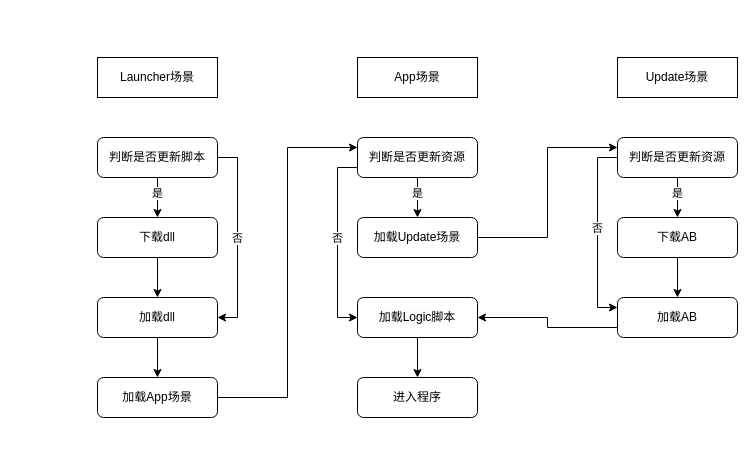
Josh-Jun/UnityAppFramework keeps this draw.io diagram as page "第 2 页" (2 of 2) of 框架设计流程图.drawio. Above is the earlier version. Source tidied: cells renumbered, new cells numbered last; positions are measured from the earlier drawing's top-left corner, leaving out a move shared by most shapes. Both pictures are drawn from the tidied source at 100%, with x=0, y=0 at pixel (97, 57).
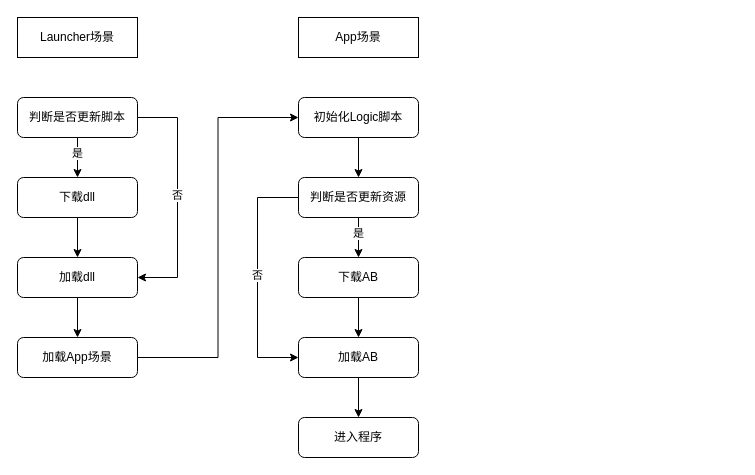
Above is the later version.

Commit message:
更新框架设计流程图.drawio

Change to the diagram source:
```diff
@@
     <mxCell id="2" value="Launcher场景" style="rounded=0;whiteSpace=wrap;html=1;" parent="1" vertex="1">
-      <mxGeometry width="120" height="40" as="geometry" />
+      <mxGeometry x="-80" y="-40" width="120" height="40" as="geometry" />
     </mxCell>
     <mxCell id="3" value="App场景" style="rounded=0;whiteSpace=wrap;html=1;" parent="1" vertex="1">
-      <mxGeometry x="260" width="120" height="40" as="geometry" />
+      <mxGeometry x="201" y="-40" width="120" height="40" as="geometry" />
     </mxCell>
-    <mxCell id="4" value="Update场景" style="rounded=0;whiteSpace=wrap;html=1;" parent="1" vertex="1">
-      <mxGeometry x="520" width="120" height="40" as="geometry" />
-    </mxCell>
     <mxCell id="5" style="edgeStyle=orthogonalEdgeStyle;rounded=0;jettySize=auto;html=1;entryX=1;entryY=0.5;entryDx=0;entryDy=0;exitX=1;exitY=0.5;exitDx=0;exitDy=0;" parent="1" edge="1" source="9" target="13">
-      <mxGeometry relative="1" as="geometry" />
+      <mxGeometry relative="1" as="geometry">
+        <Array as="points">
+          <mxPoint x="80" y="60" />
+          <mxPoint x="80" y="220" />
+        </Array>
+      </mxGeometry>
     </mxCell>
@@
     <mxCell id="9" value="&lt;div style=&quot;&quot;&gt;判断是否更新脚本&lt;/div&gt;" style="rounded=1;whiteSpace=wrap;html=1;align=center;" parent="1" vertex="1">
-      <mxGeometry y="80" width="120" height="40" as="geometry" />
+      <mxGeometry x="-80" y="40" width="120" height="40" as="geometry" />
     </mxCell>
@@
     <mxCell id="11" value="&lt;div style=&quot;&quot;&gt;下载dll&lt;/div&gt;" style="rounded=1;whiteSpace=wrap;html=1;align=center;" parent="1" vertex="1">
-      <mxGeometry y="160" width="120" height="40" as="geometry" />
+      <mxGeometry x="-80" y="120" width="120" height="40" as="geometry" />
     </mxCell>
@@
     <mxCell id="13" value="&lt;div style=&quot;&quot;&gt;加载dll&lt;/div&gt;" style="rounded=1;whiteSpace=wrap;html=1;align=center;" parent="1" vertex="1">
-      <mxGeometry y="240" width="120" height="40" as="geometry" />
+      <mxGeometry x="-80" y="200" width="120" height="40" as="geometry" />
     </mxCell>
-    <mxCell id="14" style="edgeStyle=orthogonalEdgeStyle;rounded=0;jettySize=auto;html=1;entryX=0;entryY=0.25;entryDx=0;entryDy=0;" parent="1" edge="1" source="15" target="20">
+    <mxCell id="14" style="edgeStyle=orthogonalEdgeStyle;rounded=0;jettySize=auto;html=1;entryX=0;entryY=0.5;entryDx=0;entryDy=0;" parent="1" edge="1" source="15" target="37">
       <mxGeometry relative="1" as="geometry" />
     </mxCell>
     <mxCell id="15" value="&lt;div style=&quot;&quot;&gt;加载App场景&lt;/div&gt;" style="rounded=1;whiteSpace=wrap;html=1;align=center;" parent="1" vertex="1">
-      <mxGeometry y="320" width="120" height="40" as="geometry" />
+      <mxGeometry x="-80" y="280" width="120" height="40" as="geometry" />
     </mxCell>
     <mxCell id="16" style="edgeStyle=orthogonalEdgeStyle;rounded=0;jettySize=auto;html=1;entryX=0;entryY=0.5;entryDx=0;entryDy=0;exitX=0;exitY=0.5;exitDx=0;exitDy=0;" parent="1" edge="1" source="20" target="24">
       <mxGeometry relative="1" as="geometry">
         <Array as="points">
-          <mxPoint x="260" y="110" />
-          <mxPoint x="240" y="110" />
-          <mxPoint x="240" y="260" />
+          <mxPoint x="160" y="140" />
+          <mxPoint x="160" y="300" />
         </Array>
       </mxGeometry>
     </mxCell>
@@
     <mxCell id="20" value="&lt;div style=&quot;&quot;&gt;判断是否更新资源&lt;br&gt;&lt;/div&gt;" style="rounded=1;whiteSpace=wrap;html=1;align=center;" parent="1" vertex="1">
-      <mxGeometry x="260" y="80" width="120" height="40" as="geometry" />
+      <mxGeometry x="201" y="120" width="120" height="40" as="geometry" />
     </mxCell>
-    <mxCell id="21" style="edgeStyle=orthogonalEdgeStyle;rounded=0;jettySize=auto;html=1;entryX=0;entryY=0.25;entryDx=0;entryDy=0;" parent="1" edge="1" source="22" target="29">
-      <mxGeometry relative="1" as="geometry" />
-    </mxCell>
+    <mxCell id="35" style="edgeStyle=orthogonalEdgeStyle;rounded=0;jettySize=auto;html=1;entryX=0.5;entryY=0;entryDx=0;entryDy=0;" parent="1" edge="1" source="22" target="24">
+      <mxGeometry relative="1" as="geometry" />
+    </mxCell>
-    <mxCell id="22" value="&lt;div style=&quot;&quot;&gt;加载Update场景&lt;/div&gt;" style="rounded=1;whiteSpace=wrap;html=1;align=center;" parent="1" vertex="1">
-      <mxGeometry x="260" y="160" width="120" height="40" as="geometry" />
+    <mxCell id="22" value="&lt;div style=&quot;&quot;&gt;下载AB&lt;br&gt;&lt;/div&gt;" style="rounded=1;whiteSpace=wrap;html=1;align=center;" parent="1" vertex="1">
+      <mxGeometry x="201" y="200" width="120" height="40" as="geometry" />
     </mxCell>
     <mxCell id="23" style="edgeStyle=orthogonalEdgeStyle;rounded=0;jettySize=auto;html=1;" parent="1" edge="1" source="24" target="34">
       <mxGeometry relative="1" as="geometry">
         <Array as="points">
-          <mxPoint x="320" y="320" />
-          <mxPoint x="320" y="320" />
+          <mxPoint x="261" y="280" />
+          <mxPoint x="261" y="280" />
         </Array>
       </mxGeometry>
     </mxCell>
-    <mxCell id="24" value="&lt;span style=&quot;color: rgb(0, 0, 0); font-family: Helvetica; font-size: 12px; font-style: normal; font-variant-ligatures: normal; font-variant-caps: normal; font-weight: 400; letter-spacing: normal; orphans: 2; text-align: center; text-indent: 0px; text-transform: none; widows: 2; word-spacing: 0px; -webkit-text-stroke-width: 0px; background-color: rgb(251, 251, 251); text-decoration-thickness: initial; text-decoration-style: initial; text-decoration-color: initial; float: none; display: inline !important;&quot;&gt;加载Logic脚本&lt;/span&gt;" style="rounded=1;whiteSpace=wrap;html=1;align=center;" parent="1" vertex="1">
-      <mxGeometry x="260" y="240" width="120" height="40" as="geometry" />
+    <mxCell id="24" value="加载AB" style="rounded=1;whiteSpace=wrap;html=1;align=center;" parent="1" vertex="1">
+      <mxGeometry x="201" y="280" width="120" height="40" as="geometry" />
     </mxCell>
-    <mxCell id="25" style="edgeStyle=orthogonalEdgeStyle;rounded=0;jettySize=auto;html=1;entryX=0;entryY=0.25;entryDx=0;entryDy=0;exitX=0;exitY=0.75;exitDx=0;exitDy=0;" parent="1" edge="1" source="29" target="33">
-      <mxGeometry relative="1" as="geometry">
-        <Array as="points">
-          <mxPoint x="520" y="100" />
-          <mxPoint x="500" y="100" />
-          <mxPoint x="500" y="250" />
-        </Array>
-      </mxGeometry>
-    </mxCell>
-    <mxCell id="26" value="否" style="edgeLabel;html=1;align=center;verticalAlign=middle;" parent="25" vertex="1">
-      <mxGeometry x="-0.14" y="-1" relative="1" as="geometry">
-        <mxPoint y="14" as="offset" />
-      </mxGeometry>
-    </mxCell>
-    <mxCell id="27" style="edgeStyle=orthogonalEdgeStyle;rounded=0;jettySize=auto;html=1;entryX=0.5;entryY=0;entryDx=0;entryDy=0;" parent="1" edge="1" source="29" target="31">
-      <mxGeometry relative="1" as="geometry" />
-    </mxCell>
-    <mxCell id="28" value="是" style="edgeLabel;html=1;align=center;verticalAlign=middle;" parent="27" vertex="1">
-      <mxGeometry x="-0.23" y="-1" relative="1" as="geometry" />
-    </mxCell>
-    <mxCell id="29" value="&lt;div style=&quot;&quot;&gt;判断是否更新资源&lt;br&gt;&lt;/div&gt;" style="rounded=1;whiteSpace=wrap;html=1;align=center;" parent="1" vertex="1">
-      <mxGeometry x="520" y="80" width="120" height="40" as="geometry" />
-    </mxCell>
-    <mxCell id="30" style="edgeStyle=orthogonalEdgeStyle;rounded=0;jettySize=auto;html=1;entryX=0.5;entryY=0;entryDx=0;entryDy=0;" parent="1" edge="1" source="31" target="33">
-      <mxGeometry relative="1" as="geometry" />
-    </mxCell>
-    <mxCell id="31" value="&lt;div style=&quot;&quot;&gt;下载AB&lt;/div&gt;" style="rounded=1;whiteSpace=wrap;html=1;align=center;" parent="1" vertex="1">
-      <mxGeometry x="520" y="160" width="120" height="40" as="geometry" />
-    </mxCell>
-    <mxCell id="32" style="edgeStyle=orthogonalEdgeStyle;rounded=0;jettySize=auto;html=1;entryX=1;entryY=0.5;entryDx=0;entryDy=0;exitX=0;exitY=0.75;exitDx=0;exitDy=0;" parent="1" edge="1" source="33" target="24">
-      <mxGeometry relative="1" as="geometry" />
-    </mxCell>
-    <mxCell id="33" value="&lt;div style=&quot;&quot;&gt;加载AB&lt;/div&gt;" style="rounded=1;whiteSpace=wrap;html=1;align=center;" parent="1" vertex="1">
-      <mxGeometry x="520" y="240" width="120" height="40" as="geometry" />
-    </mxCell>
     <mxCell id="34" value="进入程序" style="rounded=1;whiteSpace=wrap;html=1;align=center;" parent="1" vertex="1">
-      <mxGeometry x="260" y="320" width="120" height="40" as="geometry" />
+      <mxGeometry x="201" y="360" width="120" height="40" as="geometry" />
     </mxCell>
+    <mxCell id="36" style="edgeStyle=orthogonalEdgeStyle;rounded=0;jettySize=auto;html=1;entryX=0.5;entryY=0;entryDx=0;entryDy=0;" parent="1" edge="1" source="37" target="20">
+      <mxGeometry relative="1" as="geometry" />
+    </mxCell>
+    <mxCell id="37" value="初始化Logic脚本" style="rounded=1;whiteSpace=wrap;html=1;align=center;" parent="1" vertex="1">
+      <mxGeometry x="201" y="40" width="120" height="40" as="geometry" />
+    </mxCell>
```
